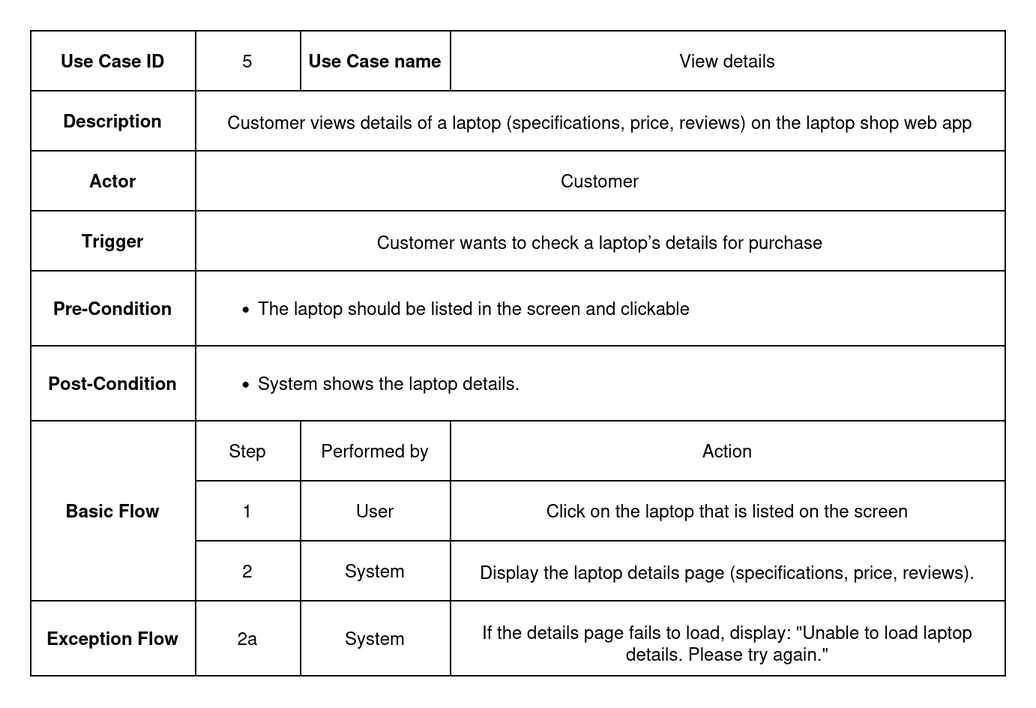
auphong2707/itse-laptopshop-management-web-application keeps this draw.io diagram as documentation/Images/usecase_metadata_card/uc_5_view_details.drawio.png. Above is the earlier version. Source tidied: cells renumbered, new cells last; positions are measured from the earlier drawing's top-left corner, leaving out a move shared by most shapes.
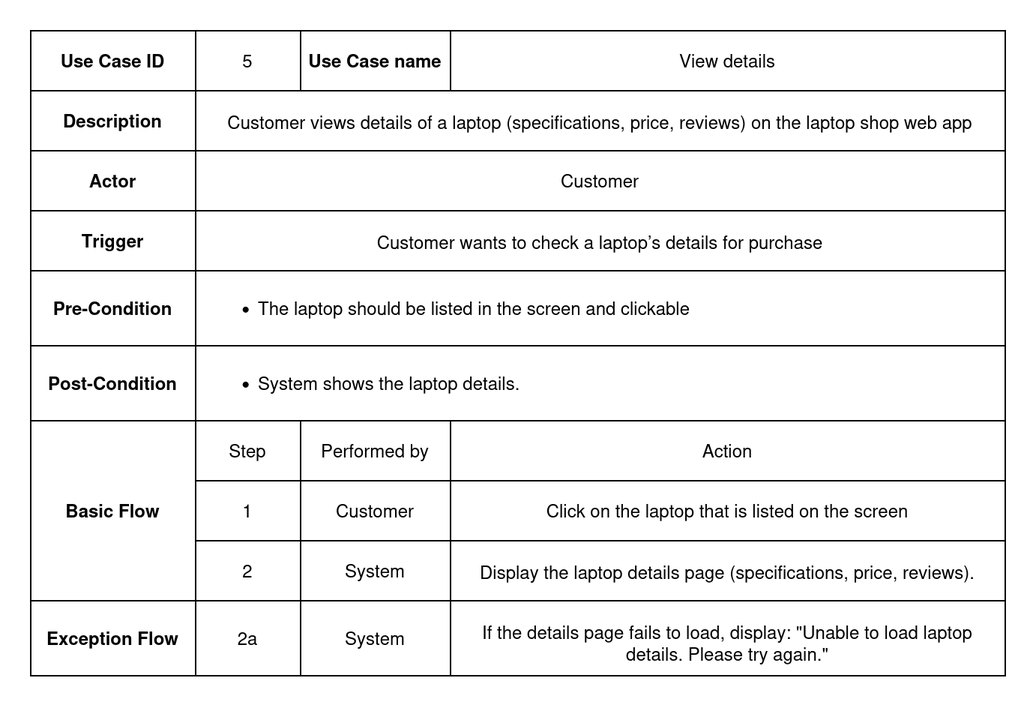
Later version of the same file.

Diff of the diagram source:
```diff
@@ -86,7 +86,7 @@
     <mxCell id="29" value="1" style="shape=partialRectangle;html=1;whiteSpace=wrap;strokeColor=inherit;overflow=hidden;fillColor=none;top=0;left=0;bottom=0;right=0;" parent="28" vertex="1">
       <mxGeometry x="110" width="70" height="40" as="geometry" />
     </mxCell>
-    <mxCell id="30" value="User" style="shape=partialRectangle;html=1;whiteSpace=wrap;strokeColor=inherit;overflow=hidden;fillColor=none;top=0;left=0;bottom=0;right=0;" parent="28" vertex="1">
+    <mxCell id="30" value="Customer" style="shape=partialRectangle;html=1;whiteSpace=wrap;strokeColor=inherit;overflow=hidden;fillColor=none;top=0;left=0;bottom=0;right=0;" parent="28" vertex="1">
       <mxGeometry x="180" width="100" height="40" as="geometry" />
     </mxCell>
     <mxCell id="31" value="Click on the laptop that is listed on the screen" style="shape=partialRectangle;html=1;whiteSpace=wrap;strokeColor=inherit;overflow=hidden;fillColor=none;top=0;left=0;bottom=0;right=0;" parent="28" vertex="1">
```
